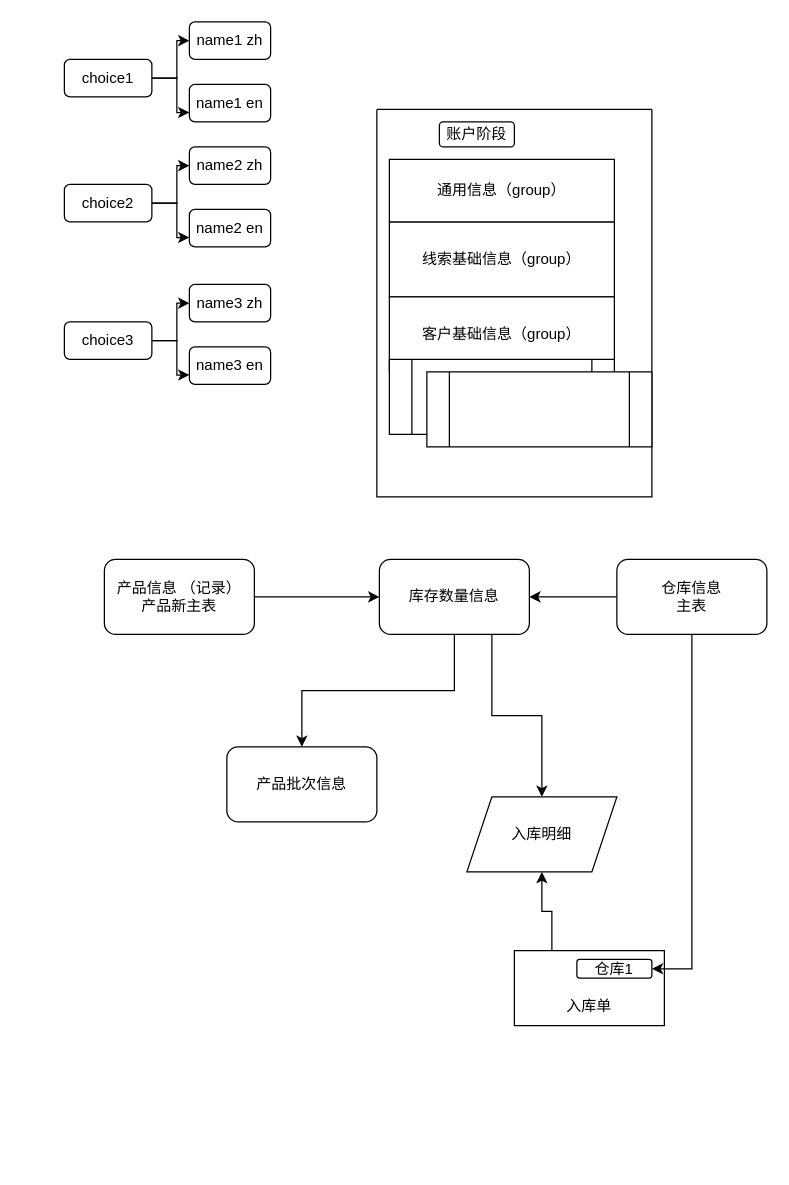
Earlier version of the draw.io diagram page "Entity" (3 of 6) of ERDiagram.drawio (sbosleo/sbosmobile). Source tidied: cells renumbered, new cells numbered last; positions are measured from the earlier drawing's top-left corner, leaving out a move shared by most shapes. Both pictures are drawn from the tidied source at 125%, with x=0, y=0 at pixel (64, 21).
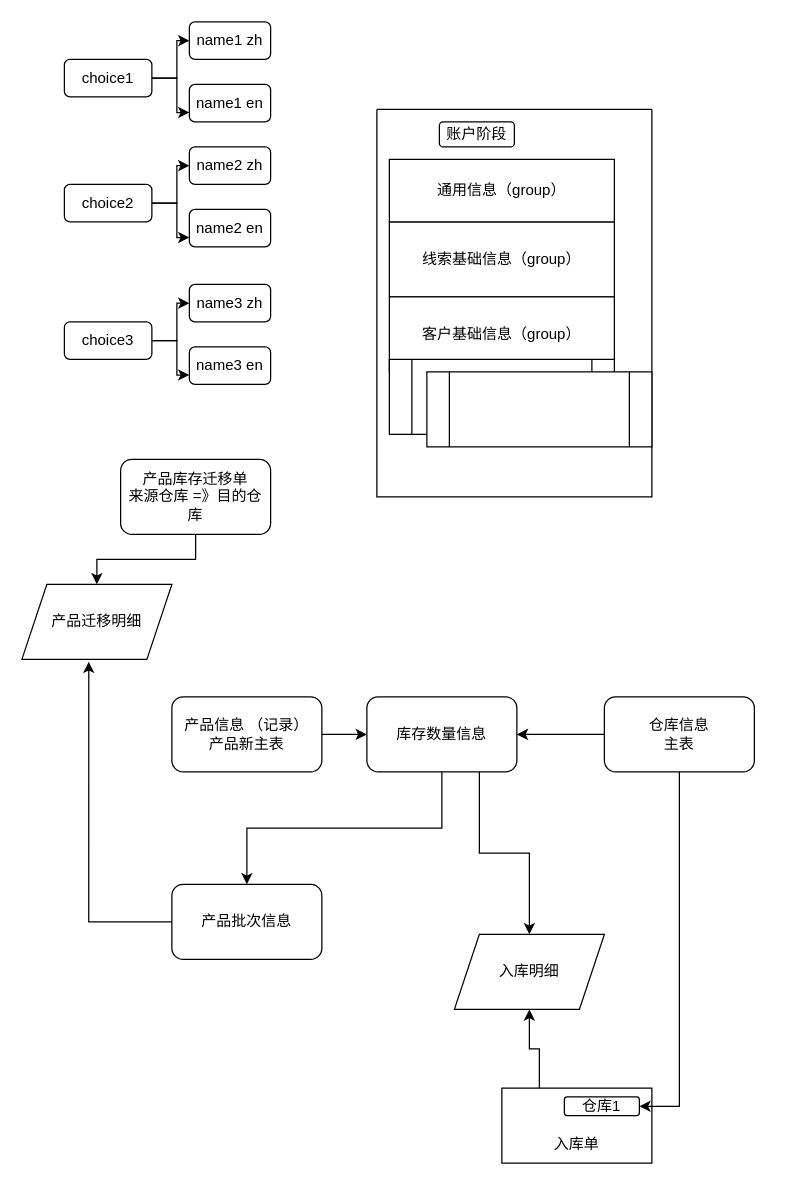
Above is the later version.

The edit, as a diff of the source:
```diff
@@
     <mxCell id="25" value="产品信息 （记录）&lt;div&gt;产品新主表&lt;/div&gt;" style="rounded=1;whiteSpace=wrap;html=1;" parent="1" vertex="1">
-      <mxGeometry x="32" y="430" width="120" height="60" as="geometry" />
+      <mxGeometry x="86" y="540" width="120" height="60" as="geometry" />
     </mxCell>
@@
+    <mxCell id="37" style="edgeStyle=orthogonalEdgeStyle;rounded=0;jettySize=auto;html=1;exitX=0;exitY=0.5;exitDx=0;exitDy=0;entryX=0.446;entryY=1.032;entryDx=0;entryDy=0;entryPerimeter=0;" parent="1" edge="1" source="35" target="40">
+      <mxGeometry relative="1" as="geometry" />
+    </mxCell>
     <mxCell id="28" value="库存数量信息" style="rounded=1;whiteSpace=wrap;html=1;" parent="1" vertex="1">
-      <mxGeometry x="252" y="430" width="120" height="60" as="geometry" />
+      <mxGeometry x="242" y="540" width="120" height="60" as="geometry" />
     </mxCell>
@@
     <mxCell id="30" value="&lt;div&gt;&lt;br&gt;&lt;/div&gt;&lt;div&gt;&lt;br&gt;&lt;/div&gt;&lt;div&gt;入库单&lt;/div&gt;" style="rounded=0;whiteSpace=wrap;html=1;" parent="1" vertex="1">
-      <mxGeometry x="360" y="743" width="120" height="60" as="geometry" />
+      <mxGeometry x="350" y="853" width="120" height="60" as="geometry" />
     </mxCell>
     <mxCell id="31" value="仓库1" style="rounded=1;whiteSpace=wrap;html=1;" parent="1" vertex="1">
-      <mxGeometry x="410" y="750" width="60" height="15" as="geometry" />
+      <mxGeometry x="400" y="860" width="60" height="15" as="geometry" />
     </mxCell>
@@
     <mxCell id="34" value="仓库信息&lt;div&gt;主表&lt;/div&gt;" style="rounded=1;whiteSpace=wrap;html=1;" parent="1" vertex="1">
-      <mxGeometry x="442" y="430" width="120" height="60" as="geometry" />
+      <mxGeometry x="432" y="540" width="120" height="60" as="geometry" />
     </mxCell>
     <mxCell id="35" value="产品批次信息" style="rounded=1;whiteSpace=wrap;html=1;" parent="1" vertex="1">
-      <mxGeometry x="130" y="580" width="120" height="60" as="geometry" />
+      <mxGeometry x="86" y="690" width="120" height="60" as="geometry" />
     </mxCell>
     <mxCell id="36" value="入库明细" style="shape=parallelogram;perimeter=parallelogramPerimeter;whiteSpace=wrap;html=1;fixedSize=1;" parent="1" vertex="1">
-      <mxGeometry x="322" y="620" width="120" height="60" as="geometry" />
+      <mxGeometry x="312" y="730" width="120" height="60" as="geometry" />
     </mxCell>
+    <mxCell id="38" style="edgeStyle=orthogonalEdgeStyle;rounded=0;jettySize=auto;html=1;exitX=0.5;exitY=1;exitDx=0;exitDy=0;entryX=0.5;entryY=0;entryDx=0;entryDy=0;" parent="1" edge="1" source="39" target="40">
+      <mxGeometry relative="1" as="geometry" />
+    </mxCell>
+    <mxCell id="39" value="产品库存迁移单&lt;div&gt;来源仓库 =》目的仓库&lt;/div&gt;" style="rounded=1;whiteSpace=wrap;html=1;" parent="1" vertex="1">
+      <mxGeometry x="45" y="350" width="120" height="60" as="geometry" />
+    </mxCell>
+    <mxCell id="40" value="产品迁移明细" style="shape=parallelogram;perimeter=parallelogramPerimeter;whiteSpace=wrap;html=1;fixedSize=1;" parent="1" vertex="1">
+      <mxGeometry x="-34" y="450" width="120" height="60" as="geometry" />
+    </mxCell>
```
